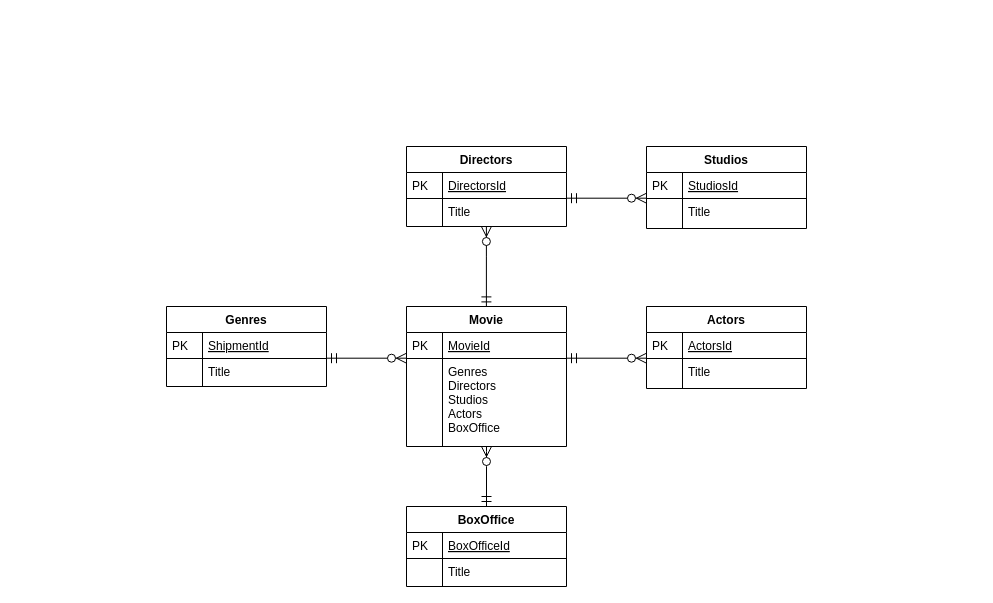
Earlier version of the draw.io diagram Untitled Diagram.drawio (Vytautasragaisis07/db_diagram). Source tidied: cells renumbered, new cells numbered last; positions are measured from the earlier drawing's top-left corner, leaving out a move shared by most shapes. Both pictures are drawn from the tidied source at 100%, with x=0, y=0 at pixel (166, 146).
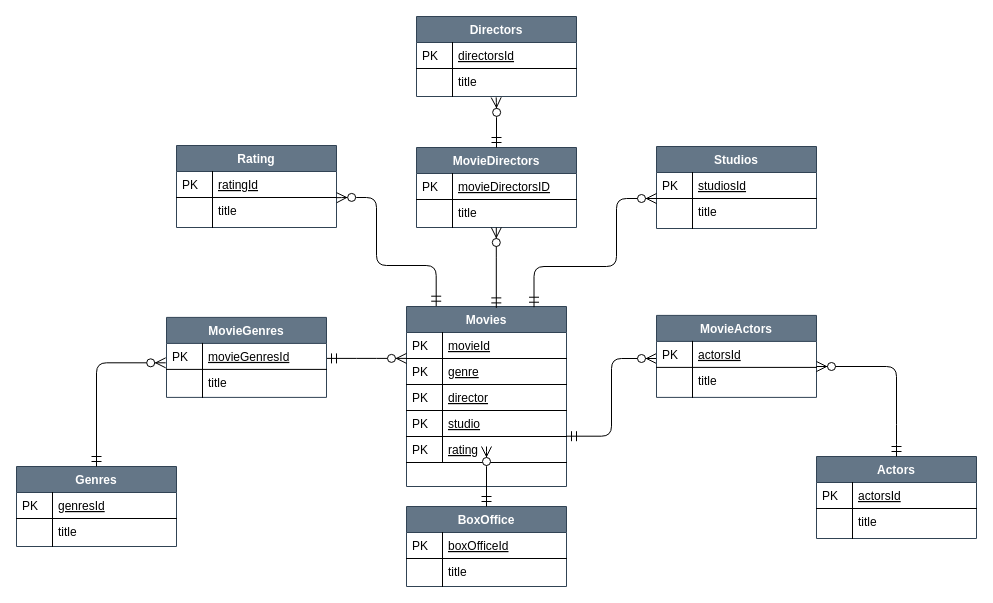
The same diagram, later.

Change to the diagram source:
```diff
@@
-    <mxCell id="2" value="Movie" style="swimlane;fontStyle=1;horizontal=1;startSize=26;rounded=0;shadow=0;strokeWidth=1;" parent="1" vertex="1">
-      <mxGeometry x="240" y="160" width="160" height="140" as="geometry" />
+    <mxCell id="2" value="Movies" style="swimlane;fontStyle=1;horizontal=1;startSize=26;rounded=0;shadow=0;strokeWidth=1;fillColor=#647687;strokeColor=#314354;fontColor=#ffffff;" parent="1" vertex="1">
+      <mxGeometry x="240" y="160" width="160" height="180" as="geometry" />
     </mxCell>
-    <mxCell id="3" value="MovieId" style="shape=partialRectangle;top=0;left=0;right=0;bottom=1;align=left;verticalAlign=top;fillColor=none;spacingLeft=40;spacingRight=4;overflow=hidden;rounded=0;shadow=0;strokeWidth=1;fontStyle=4;" parent="2" vertex="1">
+    <mxCell id="3" value="movieId" style="shape=partialRectangle;top=0;left=0;right=0;bottom=1;align=left;verticalAlign=top;fillColor=none;spacingLeft=40;spacingRight=4;overflow=hidden;rounded=0;shadow=0;strokeWidth=1;fontStyle=4;" parent="2" vertex="1">
       <mxGeometry y="26" width="160" height="26" as="geometry" />
     </mxCell>
@@
-    <mxCell id="5" value="Genres&#10;Directors&#10;Studios&#10;Actors&#10;BoxOffice" style="shape=partialRectangle;top=0;left=0;right=0;bottom=0;align=left;verticalAlign=top;fillColor=none;spacingLeft=40;spacingRight=4;overflow=hidden;rounded=0;shadow=0;strokeWidth=1;" parent="2" vertex="1">
-      <mxGeometry y="52" width="160" height="88" as="geometry" />
-    </mxCell>
-    <mxCell id="6" style="shape=partialRectangle;top=0;left=0;bottom=0;fillColor=none;align=left;verticalAlign=top;spacingLeft=4;spacingRight=4;overflow=hidden;" parent="5" vertex="1">
-      <mxGeometry width="36" height="88" as="geometry" />
-    </mxCell>
+    <mxCell id="37" value="genre" style="shape=partialRectangle;top=0;left=0;right=0;bottom=1;align=left;verticalAlign=top;fillColor=none;spacingLeft=40;spacingRight=4;overflow=hidden;rounded=0;shadow=0;strokeWidth=1;fontStyle=4;" parent="2" vertex="1">
+      <mxGeometry y="52" width="160" height="26" as="geometry" />
+    </mxCell>
+    <mxCell id="38" value="PK" style="shape=partialRectangle;top=0;left=0;bottom=0;fillColor=none;align=left;verticalAlign=top;spacingLeft=4;spacingRight=4;overflow=hidden;" parent="37" vertex="1">
+      <mxGeometry width="36" height="26" as="geometry" />
+    </mxCell>
+    <mxCell id="39" value="director" style="shape=partialRectangle;top=0;left=0;right=0;bottom=1;align=left;verticalAlign=top;fillColor=none;spacingLeft=40;spacingRight=4;overflow=hidden;rounded=0;shadow=0;strokeWidth=1;fontStyle=4;" parent="2" vertex="1">
+      <mxGeometry y="78" width="160" height="26" as="geometry" />
+    </mxCell>
+    <mxCell id="40" value="PK" style="shape=partialRectangle;top=0;left=0;bottom=0;fillColor=none;align=left;verticalAlign=top;spacingLeft=4;spacingRight=4;overflow=hidden;" parent="39" vertex="1">
+      <mxGeometry width="36" height="26" as="geometry" />
+    </mxCell>
+    <mxCell id="41" value="studio" style="shape=partialRectangle;top=0;left=0;right=0;bottom=1;align=left;verticalAlign=top;fillColor=none;spacingLeft=40;spacingRight=4;overflow=hidden;rounded=0;shadow=0;strokeWidth=1;fontStyle=4;" parent="2" vertex="1">
+      <mxGeometry y="104" width="160" height="26" as="geometry" />
+    </mxCell>
+    <mxCell id="42" value="PK" style="shape=partialRectangle;top=0;left=0;bottom=0;fillColor=none;align=left;verticalAlign=top;spacingLeft=4;spacingRight=4;overflow=hidden;" parent="41" vertex="1">
+      <mxGeometry width="36" height="26" as="geometry" />
+    </mxCell>
+    <mxCell id="43" value="rating" style="shape=partialRectangle;top=0;left=0;right=0;bottom=1;align=left;verticalAlign=top;fillColor=none;spacingLeft=40;spacingRight=4;overflow=hidden;rounded=0;shadow=0;strokeWidth=1;fontStyle=4;" parent="2" vertex="1">
+      <mxGeometry y="130" width="160" height="26" as="geometry" />
+    </mxCell>
+    <mxCell id="44" value="PK" style="shape=partialRectangle;top=0;left=0;bottom=0;fillColor=none;align=left;verticalAlign=top;spacingLeft=4;spacingRight=4;overflow=hidden;" parent="43" vertex="1">
+      <mxGeometry width="36" height="26" as="geometry" />
+    </mxCell>
-    <mxCell id="7" value="Directors" style="swimlane;fontStyle=1;horizontal=1;startSize=26;rounded=0;shadow=0;strokeWidth=1;" parent="1" vertex="1">
-      <mxGeometry x="240" width="160" height="80" as="geometry" />
+    <mxCell id="7" value="MovieDirectors" style="swimlane;fontStyle=1;horizontal=1;startSize=26;rounded=0;shadow=0;strokeWidth=1;fillColor=#647687;strokeColor=#314354;fontColor=#ffffff;" parent="1" vertex="1">
+      <mxGeometry x="250" y="1" width="160" height="80" as="geometry" />
     </mxCell>
-    <mxCell id="8" value="DirectorsId" style="shape=partialRectangle;top=0;left=0;right=0;bottom=1;align=left;verticalAlign=top;fillColor=none;spacingLeft=40;spacingRight=4;overflow=hidden;rounded=0;shadow=0;strokeWidth=1;fontStyle=4;" parent="7" vertex="1">
+    <mxCell id="8" value="movieDirectorsID" style="shape=partialRectangle;top=0;left=0;right=0;bottom=1;align=left;verticalAlign=top;fillColor=none;spacingLeft=40;spacingRight=4;overflow=hidden;rounded=0;shadow=0;strokeWidth=1;fontStyle=4;" parent="7" vertex="1">
       <mxGeometry y="26" width="160" height="26" as="geometry" />
     </mxCell>
@@
-    <mxCell id="10" value="Title" style="shape=partialRectangle;top=0;left=0;right=0;bottom=0;align=left;verticalAlign=top;fillColor=none;spacingLeft=40;spacingRight=4;overflow=hidden;rounded=0;shadow=0;strokeWidth=1;" parent="7" vertex="1">
+    <mxCell id="10" value="title" style="shape=partialRectangle;top=0;left=0;right=0;bottom=0;align=left;verticalAlign=top;fillColor=none;spacingLeft=40;spacingRight=4;overflow=hidden;rounded=0;shadow=0;strokeWidth=1;" parent="7" vertex="1">
       <mxGeometry y="52" width="160" height="28" as="geometry" />
     </mxCell>
@@
-    <mxCell id="12" value="BoxOffice" style="swimlane;fontStyle=1;horizontal=1;startSize=26;rounded=0;shadow=0;strokeWidth=1;" parent="1" vertex="1">
+    <mxCell id="12" value="BoxOffice" style="swimlane;fontStyle=1;horizontal=1;startSize=26;rounded=0;shadow=0;strokeWidth=1;fillColor=#647687;strokeColor=#314354;fontColor=#ffffff;" parent="1" vertex="1">
       <mxGeometry x="240" y="360" width="160" height="80" as="geometry" />
     </mxCell>
-    <mxCell id="13" value="BoxOfficeId" style="shape=partialRectangle;top=0;left=0;right=0;bottom=1;align=left;verticalAlign=top;fillColor=none;spacingLeft=40;spacingRight=4;overflow=hidden;rounded=0;shadow=0;strokeWidth=1;fontStyle=4;" parent="12" vertex="1">
+    <mxCell id="13" value="boxOfficeId" style="shape=partialRectangle;top=0;left=0;right=0;bottom=1;align=left;verticalAlign=top;fillColor=none;spacingLeft=40;spacingRight=4;overflow=hidden;rounded=0;shadow=0;strokeWidth=1;fontStyle=4;" parent="12" vertex="1">
       <mxGeometry y="26" width="160" height="26" as="geometry" />
     </mxCell>
@@
-    <mxCell id="15" value="Title" style="shape=partialRectangle;top=0;left=0;right=0;bottom=0;align=left;verticalAlign=top;fillColor=none;spacingLeft=40;spacingRight=4;overflow=hidden;rounded=0;shadow=0;strokeWidth=1;" parent="12" vertex="1">
+    <mxCell id="15" value="title" style="shape=partialRectangle;top=0;left=0;right=0;bottom=0;align=left;verticalAlign=top;fillColor=none;spacingLeft=40;spacingRight=4;overflow=hidden;rounded=0;shadow=0;strokeWidth=1;" parent="12" vertex="1">
       <mxGeometry y="52" width="160" height="28" as="geometry" />
     </mxCell>
@@
-    <mxCell id="17" value="Genres" style="swimlane;fontStyle=1;horizontal=1;startSize=26;rounded=0;shadow=0;strokeWidth=1;" parent="1" vertex="1">
-      <mxGeometry y="160" width="160" height="80" as="geometry" />
+    <mxCell id="17" value="Genres" style="swimlane;fontStyle=1;horizontal=1;startSize=26;rounded=0;shadow=0;strokeWidth=1;fillColor=#647687;strokeColor=#314354;fontColor=#ffffff;" parent="1" vertex="1">
+      <mxGeometry x="-150" y="320" width="160" height="80" as="geometry" />
     </mxCell>
-    <mxCell id="18" value="ShipmentId" style="shape=partialRectangle;top=0;left=0;right=0;bottom=1;align=left;verticalAlign=top;fillColor=none;spacingLeft=40;spacingRight=4;overflow=hidden;rounded=0;shadow=0;strokeWidth=1;fontStyle=4;" parent="17" vertex="1">
+    <mxCell id="18" value="genresId" style="shape=partialRectangle;top=0;left=0;right=0;bottom=1;align=left;verticalAlign=top;fillColor=none;spacingLeft=40;spacingRight=4;overflow=hidden;rounded=0;shadow=0;strokeWidth=1;fontStyle=4;" parent="17" vertex="1">
       <mxGeometry y="26" width="160" height="26" as="geometry" />
     </mxCell>
@@
-    <mxCell id="20" value="Title" style="shape=partialRectangle;top=0;left=0;right=0;bottom=0;align=left;verticalAlign=top;fillColor=none;spacingLeft=40;spacingRight=4;overflow=hidden;rounded=0;shadow=0;strokeWidth=1;" parent="17" vertex="1">
+    <mxCell id="20" value="title" style="shape=partialRectangle;top=0;left=0;right=0;bottom=0;align=left;verticalAlign=top;fillColor=none;spacingLeft=40;spacingRight=4;overflow=hidden;rounded=0;shadow=0;strokeWidth=1;" parent="17" vertex="1">
       <mxGeometry y="52" width="160" height="28" as="geometry" />
     </mxCell>
@@
-    <mxCell id="22" value="Studios" style="swimlane;fontStyle=1;horizontal=1;startSize=26;rounded=0;shadow=0;strokeWidth=1;" parent="1" vertex="1">
-      <mxGeometry x="480" width="160" height="82" as="geometry" />
+    <mxCell id="22" value="Studios" style="swimlane;fontStyle=1;horizontal=1;startSize=26;rounded=0;shadow=0;strokeWidth=1;fillColor=#647687;strokeColor=#314354;fontColor=#ffffff;" parent="1" vertex="1">
+      <mxGeometry x="490" width="160" height="82" as="geometry" />
     </mxCell>
-    <mxCell id="23" value="StudiosId" style="shape=partialRectangle;top=0;left=0;right=0;bottom=1;align=left;verticalAlign=top;fillColor=none;spacingLeft=40;spacingRight=4;overflow=hidden;rounded=0;shadow=0;strokeWidth=1;fontStyle=4;" parent="22" vertex="1">
+    <mxCell id="23" value="studiosId" style="shape=partialRectangle;top=0;left=0;right=0;bottom=1;align=left;verticalAlign=top;fillColor=none;spacingLeft=40;spacingRight=4;overflow=hidden;rounded=0;shadow=0;strokeWidth=1;fontStyle=4;" parent="22" vertex="1">
       <mxGeometry y="26" width="160" height="26" as="geometry" />
     </mxCell>
@@
-    <mxCell id="25" value="Title" style="shape=partialRectangle;top=0;left=0;right=0;bottom=0;align=left;verticalAlign=top;fillColor=none;spacingLeft=40;spacingRight=4;overflow=hidden;rounded=0;shadow=0;strokeWidth=1;" parent="22" vertex="1">
+    <mxCell id="25" value="title" style="shape=partialRectangle;top=0;left=0;right=0;bottom=0;align=left;verticalAlign=top;fillColor=none;spacingLeft=40;spacingRight=4;overflow=hidden;rounded=0;shadow=0;strokeWidth=1;" parent="22" vertex="1">
       <mxGeometry y="52" width="160" height="30" as="geometry" />
     </mxCell>
@@
-    <mxCell id="27" value="Actors" style="swimlane;fontStyle=1;horizontal=1;startSize=26;rounded=0;shadow=0;strokeWidth=1;" parent="1" vertex="1">
-      <mxGeometry x="480" y="160" width="160" height="82" as="geometry" />
+    <mxCell id="27" value="Actors" style="swimlane;fontStyle=1;horizontal=1;startSize=26;rounded=0;shadow=0;strokeWidth=1;fillColor=#647687;strokeColor=#314354;fontColor=#ffffff;" parent="1" vertex="1">
+      <mxGeometry x="650" y="310" width="160" height="82" as="geometry" />
     </mxCell>
-    <mxCell id="28" value="ActorsId" style="shape=partialRectangle;top=0;left=0;right=0;bottom=1;align=left;verticalAlign=top;fillColor=none;spacingLeft=40;spacingRight=4;overflow=hidden;rounded=0;shadow=0;strokeWidth=1;fontStyle=4;" parent="27" vertex="1">
+    <mxCell id="28" value="actorsId" style="shape=partialRectangle;top=0;left=0;right=0;bottom=1;align=left;verticalAlign=top;fillColor=none;spacingLeft=40;spacingRight=4;overflow=hidden;rounded=0;shadow=0;strokeWidth=1;fontStyle=4;" parent="27" vertex="1">
       <mxGeometry y="26" width="160" height="26" as="geometry" />
     </mxCell>
@@
-    <mxCell id="30" value="Title" style="shape=partialRectangle;top=0;left=0;right=0;bottom=0;align=left;verticalAlign=top;fillColor=none;spacingLeft=40;spacingRight=4;overflow=hidden;rounded=0;shadow=0;strokeWidth=1;" parent="27" vertex="1">
+    <mxCell id="30" value="title" style="shape=partialRectangle;top=0;left=0;right=0;bottom=0;align=left;verticalAlign=top;fillColor=none;spacingLeft=40;spacingRight=4;overflow=hidden;rounded=0;shadow=0;strokeWidth=1;" parent="27" vertex="1">
       <mxGeometry y="52" width="160" height="30" as="geometry" />
     </mxCell>
@@
-    <mxCell id="32" style="edgeStyle=orthogonalEdgeStyle;endArrow=ERzeroToMany;startArrow=ERmandOne;shadow=0;strokeWidth=1;endSize=8;startSize=8;" parent="1" edge="1">
+    <mxCell id="32" style="edgeStyle=orthogonalEdgeStyle;endArrow=ERzeroToMany;startArrow=ERmandOne;shadow=0;strokeWidth=1;endSize=8;startSize=8;exitX=0.797;exitY=0.004;exitDx=0;exitDy=0;exitPerimeter=0;" parent="1" edge="1" source="2">
       <mxGeometry relative="1" as="geometry">
-        <mxPoint x="400" y="51.7" as="sourcePoint" />
-        <mxPoint x="480" y="51.7" as="targetPoint" />
+        <mxPoint x="490" y="52" as="targetPoint" />
+        <Array as="points">
+          <mxPoint x="368" y="120" />
+          <mxPoint x="450" y="120" />
+          <mxPoint x="450" y="52" />
+        </Array>
       </mxGeometry>
     </mxCell>
     <mxCell id="33" style="edgeStyle=orthogonalEdgeStyle;endArrow=ERzeroToMany;startArrow=ERmandOne;shadow=0;strokeWidth=1;endSize=8;startSize=8;" parent="1" edge="1">
       <mxGeometry relative="1" as="geometry">
-        <mxPoint x="160" y="211.7" as="sourcePoint" />
-        <mxPoint x="240" y="211.7" as="targetPoint" />
+        <mxPoint x="160" y="211.9" as="sourcePoint" />
+        <mxPoint x="240" y="211.9" as="targetPoint" />
+        <Array as="points">
+          <mxPoint x="200" y="211.9" />
+          <mxPoint x="200" y="211.9" />
+        </Array>
       </mxGeometry>
     </mxCell>
-    <mxCell id="34" style="edgeStyle=orthogonalEdgeStyle;endArrow=ERzeroToMany;startArrow=ERmandOne;shadow=0;strokeWidth=1;endSize=8;startSize=8;" parent="1" edge="1">
+    <mxCell id="34" style="edgeStyle=orthogonalEdgeStyle;endArrow=ERzeroToMany;startArrow=ERmandOne;shadow=0;strokeWidth=1;endSize=8;startSize=8;exitX=0.998;exitY=-0.002;exitDx=0;exitDy=0;exitPerimeter=0;" parent="1" edge="1">
       <mxGeometry relative="1" as="geometry">
-        <mxPoint x="400" y="211.7" as="sourcePoint" />
-        <mxPoint x="480" y="211.7" as="targetPoint" />
+        <mxPoint x="400" y="289.7" as="sourcePoint" />
+        <mxPoint x="490" y="212" as="targetPoint" />
+        <Array as="points">
+          <mxPoint x="445" y="212" />
+        </Array>
       </mxGeometry>
     </mxCell>
     <mxCell id="35" style="edgeStyle=orthogonalEdgeStyle;endArrow=ERzeroToMany;startArrow=ERmandOne;shadow=0;strokeWidth=1;endSize=8;startSize=8;entryX=0.49;entryY=0.988;entryDx=0;entryDy=0;entryPerimeter=0;" parent="1" edge="1">
       <mxGeometry relative="1" as="geometry">
-        <mxPoint x="319.9" y="160.4" as="sourcePoint" />
-        <mxPoint x="319.9" y="80" as="targetPoint" />
+        <mxPoint x="329.8" y="161.4" as="sourcePoint" />
+        <mxPoint x="329.8" y="81" as="targetPoint" />
         <Array as="points">
-          <mxPoint x="319.5" y="100.4" />
-          <mxPoint x="319.5" y="100.4" />
+          <mxPoint x="329.4" y="101.4" />
+          <mxPoint x="329.4" y="101.4" />
         </Array>
       </mxGeometry>
     </mxCell>
@@
+    <mxCell id="45" value="MovieActors" style="swimlane;fontStyle=1;horizontal=1;startSize=26;rounded=0;shadow=0;strokeWidth=1;fillColor=#647687;strokeColor=#314354;fontColor=#ffffff;" parent="1" vertex="1">
+      <mxGeometry x="490" y="168.9" width="160" height="82" as="geometry" />
+    </mxCell>
+    <mxCell id="46" value="actorsId" style="shape=partialRectangle;top=0;left=0;right=0;bottom=1;align=left;verticalAlign=top;fillColor=none;spacingLeft=40;spacingRight=4;overflow=hidden;rounded=0;shadow=0;strokeWidth=1;fontStyle=4;" parent="45" vertex="1">
+      <mxGeometry y="26" width="160" height="26" as="geometry" />
+    </mxCell>
+    <mxCell id="47" value="PK" style="shape=partialRectangle;top=0;left=0;bottom=0;fillColor=none;align=left;verticalAlign=top;spacingLeft=4;spacingRight=4;overflow=hidden;" parent="46" vertex="1">
+      <mxGeometry width="36" height="26" as="geometry" />
+    </mxCell>
+    <mxCell id="48" value="title" style="shape=partialRectangle;top=0;left=0;right=0;bottom=0;align=left;verticalAlign=top;fillColor=none;spacingLeft=40;spacingRight=4;overflow=hidden;rounded=0;shadow=0;strokeWidth=1;" parent="45" vertex="1">
+      <mxGeometry y="52" width="160" height="30" as="geometry" />
+    </mxCell>
+    <mxCell id="49" style="shape=partialRectangle;top=0;left=0;bottom=0;fillColor=none;align=left;verticalAlign=top;spacingLeft=4;spacingRight=4;overflow=hidden;" parent="48" vertex="1">
+      <mxGeometry width="36" height="30" as="geometry" />
+    </mxCell>
+    <mxCell id="50" style="edgeStyle=orthogonalEdgeStyle;endArrow=ERzeroToMany;startArrow=ERmandOne;shadow=0;strokeWidth=1;endSize=8;startSize=8;exitX=0.5;exitY=0;exitDx=0;exitDy=0;" parent="1" edge="1" source="27">
+      <mxGeometry relative="1" as="geometry">
+        <mxPoint x="650" y="220" as="targetPoint" />
+        <Array as="points">
+          <mxPoint x="730" y="288" />
+          <mxPoint x="730" y="288" />
+          <mxPoint x="730" y="220" />
+        </Array>
+      </mxGeometry>
+    </mxCell>
+    <mxCell id="51" value="MovieGenres" style="swimlane;fontStyle=1;horizontal=1;startSize=26;rounded=0;shadow=0;strokeWidth=1;fillColor=#647687;strokeColor=#314354;fontColor=#ffffff;" parent="1" vertex="1">
+      <mxGeometry y="170.9" width="160" height="80" as="geometry" />
+    </mxCell>
+    <mxCell id="52" value="movieGenresId" style="shape=partialRectangle;top=0;left=0;right=0;bottom=1;align=left;verticalAlign=top;fillColor=none;spacingLeft=40;spacingRight=4;overflow=hidden;points=[[0,0.5],[1,0.5]];portConstraint=eastwest;rounded=0;shadow=0;strokeWidth=1;fontStyle=4;" parent="51" vertex="1">
+      <mxGeometry y="26" width="160" height="26" as="geometry" />
+    </mxCell>
+    <mxCell id="53" value="PK" style="shape=partialRectangle;top=0;left=0;bottom=0;fillColor=none;align=left;verticalAlign=top;spacingLeft=4;spacingRight=4;overflow=hidden;" parent="52" vertex="1">
+      <mxGeometry width="36" height="26" as="geometry" />
+    </mxCell>
+    <mxCell id="54" value="title" style="shape=partialRectangle;top=0;left=0;right=0;bottom=0;align=left;verticalAlign=top;fillColor=none;spacingLeft=40;spacingRight=4;overflow=hidden;rounded=0;shadow=0;strokeWidth=1;" parent="51" vertex="1">
+      <mxGeometry y="52" width="160" height="28" as="geometry" />
+    </mxCell>
+    <mxCell id="55" style="shape=partialRectangle;top=0;left=0;bottom=0;fillColor=none;align=left;verticalAlign=top;spacingLeft=4;spacingRight=4;overflow=hidden;" parent="54" vertex="1">
+      <mxGeometry width="36" height="28" as="geometry" />
+    </mxCell>
+    <mxCell id="56" style="edgeStyle=orthogonalEdgeStyle;endArrow=ERzeroToMany;startArrow=ERmandOne;shadow=0;strokeWidth=1;endSize=8;startSize=8;exitX=0.5;exitY=0;exitDx=0;exitDy=0;entryX=-0.005;entryY=0.747;entryDx=0;entryDy=0;entryPerimeter=0;" parent="1" edge="1" target="52">
+      <mxGeometry relative="1" as="geometry">
+        <mxPoint x="-70" y="320" as="sourcePoint" />
+        <Array as="points">
+          <mxPoint x="-70" y="216" />
+        </Array>
+      </mxGeometry>
+    </mxCell>
+    <mxCell id="57" value="Directors" style="swimlane;fontStyle=1;horizontal=1;startSize=26;rounded=0;shadow=0;strokeWidth=1;fillColor=#647687;strokeColor=#314354;fontColor=#ffffff;" parent="1" vertex="1">
+      <mxGeometry x="250" y="-130" width="160" height="80" as="geometry" />
+    </mxCell>
+    <mxCell id="58" value="directorsId" style="shape=partialRectangle;top=0;left=0;right=0;bottom=1;align=left;verticalAlign=top;fillColor=none;spacingLeft=40;spacingRight=4;overflow=hidden;rounded=0;shadow=0;strokeWidth=1;fontStyle=4;" parent="57" vertex="1">
+      <mxGeometry y="26" width="160" height="26" as="geometry" />
+    </mxCell>
+    <mxCell id="59" value="PK" style="shape=partialRectangle;top=0;left=0;bottom=0;fillColor=none;align=left;verticalAlign=top;spacingLeft=4;spacingRight=4;overflow=hidden;" parent="58" vertex="1">
+      <mxGeometry width="36" height="26" as="geometry" />
+    </mxCell>
+    <mxCell id="60" value="title" style="shape=partialRectangle;top=0;left=0;right=0;bottom=0;align=left;verticalAlign=top;fillColor=none;spacingLeft=40;spacingRight=4;overflow=hidden;rounded=0;shadow=0;strokeWidth=1;" parent="57" vertex="1">
+      <mxGeometry y="52" width="160" height="28" as="geometry" />
+    </mxCell>
+    <mxCell id="61" style="shape=partialRectangle;top=0;left=0;bottom=0;fillColor=none;align=left;verticalAlign=top;spacingLeft=4;spacingRight=4;overflow=hidden;" parent="60" vertex="1">
+      <mxGeometry width="36" height="28" as="geometry" />
+    </mxCell>
+    <mxCell id="62" style="edgeStyle=orthogonalEdgeStyle;endArrow=ERzeroToMany;startArrow=ERmandOne;shadow=0;strokeWidth=1;endSize=8;startSize=8;" parent="1" edge="1">
+      <mxGeometry relative="1" as="geometry">
+        <mxPoint x="330" y="1" as="sourcePoint" />
+        <mxPoint x="329.7" y="-49.1" as="targetPoint" />
+        <Array as="points">
+          <mxPoint x="329.9" y="-39" />
+          <mxPoint x="329.9" y="-39" />
+        </Array>
+      </mxGeometry>
+    </mxCell>
+    <mxCell id="63" value="Rating" style="swimlane;fontStyle=1;horizontal=1;startSize=26;rounded=0;shadow=0;strokeWidth=1;fillColor=#647687;strokeColor=#314354;fontColor=#ffffff;" parent="1" vertex="1">
+      <mxGeometry x="10" y="-1" width="160" height="82" as="geometry" />
+    </mxCell>
+    <mxCell id="64" value="ratingId" style="shape=partialRectangle;top=0;left=0;right=0;bottom=1;align=left;verticalAlign=top;fillColor=none;spacingLeft=40;spacingRight=4;overflow=hidden;rounded=0;shadow=0;strokeWidth=1;fontStyle=4;" parent="63" vertex="1">
+      <mxGeometry y="26" width="160" height="26" as="geometry" />
+    </mxCell>
+    <mxCell id="65" value="PK" style="shape=partialRectangle;top=0;left=0;bottom=0;fillColor=none;align=left;verticalAlign=top;spacingLeft=4;spacingRight=4;overflow=hidden;" parent="64" vertex="1">
+      <mxGeometry width="36" height="26" as="geometry" />
+    </mxCell>
+    <mxCell id="66" value="title" style="shape=partialRectangle;top=0;left=0;right=0;bottom=0;align=left;verticalAlign=top;fillColor=none;spacingLeft=40;spacingRight=4;overflow=hidden;points=[[0,0.5],[1,0.5]];portConstraint=eastwest;rounded=0;shadow=0;strokeWidth=1;" parent="63" vertex="1">
+      <mxGeometry y="52" width="160" height="30" as="geometry" />
+    </mxCell>
+    <mxCell id="67" style="shape=partialRectangle;top=0;left=0;bottom=0;fillColor=none;align=left;verticalAlign=top;spacingLeft=4;spacingRight=4;overflow=hidden;" parent="66" vertex="1">
+      <mxGeometry width="36" height="30" as="geometry" />
+    </mxCell>
+    <mxCell id="68" style="edgeStyle=orthogonalEdgeStyle;endArrow=ERzeroToMany;startArrow=ERmandOne;shadow=0;strokeWidth=1;endSize=8;startSize=8;exitX=0.797;exitY=0.004;exitDx=0;exitDy=0;exitPerimeter=0;entryX=1.001;entryY=0.006;entryDx=0;entryDy=0;entryPerimeter=0;" parent="1" edge="1" target="66">
+      <mxGeometry relative="1" as="geometry">
+        <mxPoint x="269.7" y="159.7" as="sourcePoint" />
+        <Array as="points">
+          <mxPoint x="270" y="119" />
+          <mxPoint x="210" y="119" />
+          <mxPoint x="210" y="51" />
+          <mxPoint x="180" y="51" />
+        </Array>
+      </mxGeometry>
+    </mxCell>
```
